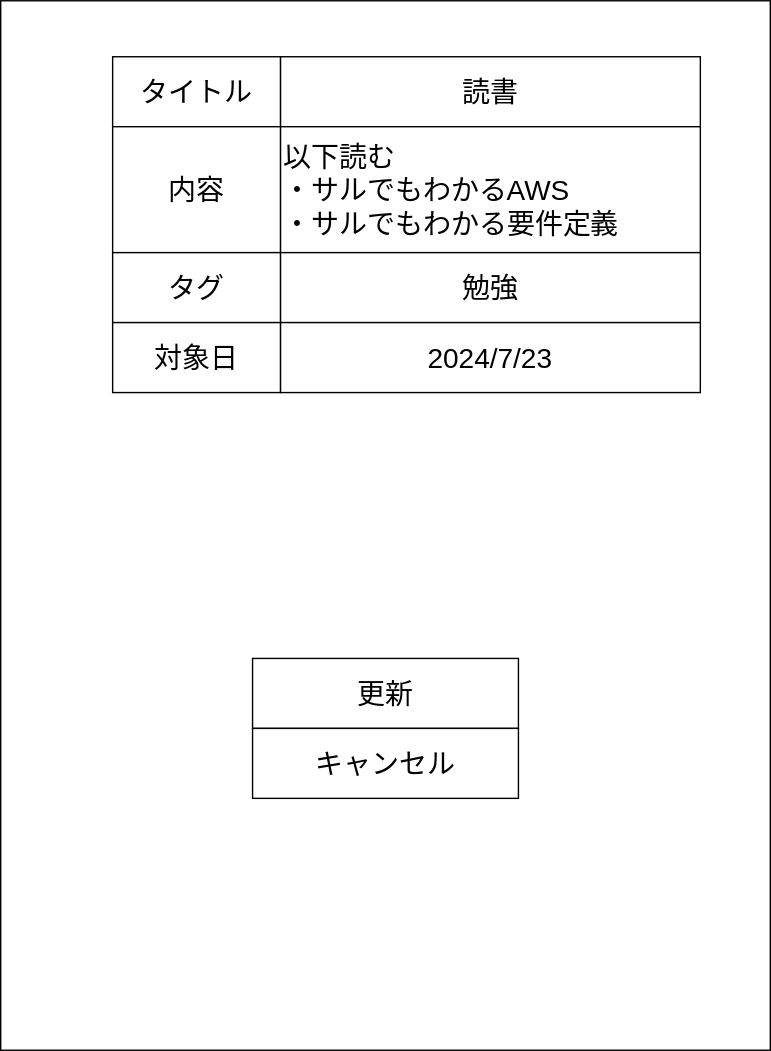
anti-paper/anti_paper_wf keeps this draw.io diagram as edit_task.drawio.svg. Above is the earlier version. Source tidied: cells renumbered, new cells last; positions are measured from the earlier drawing's top-left corner, leaving out a move shared by most shapes.
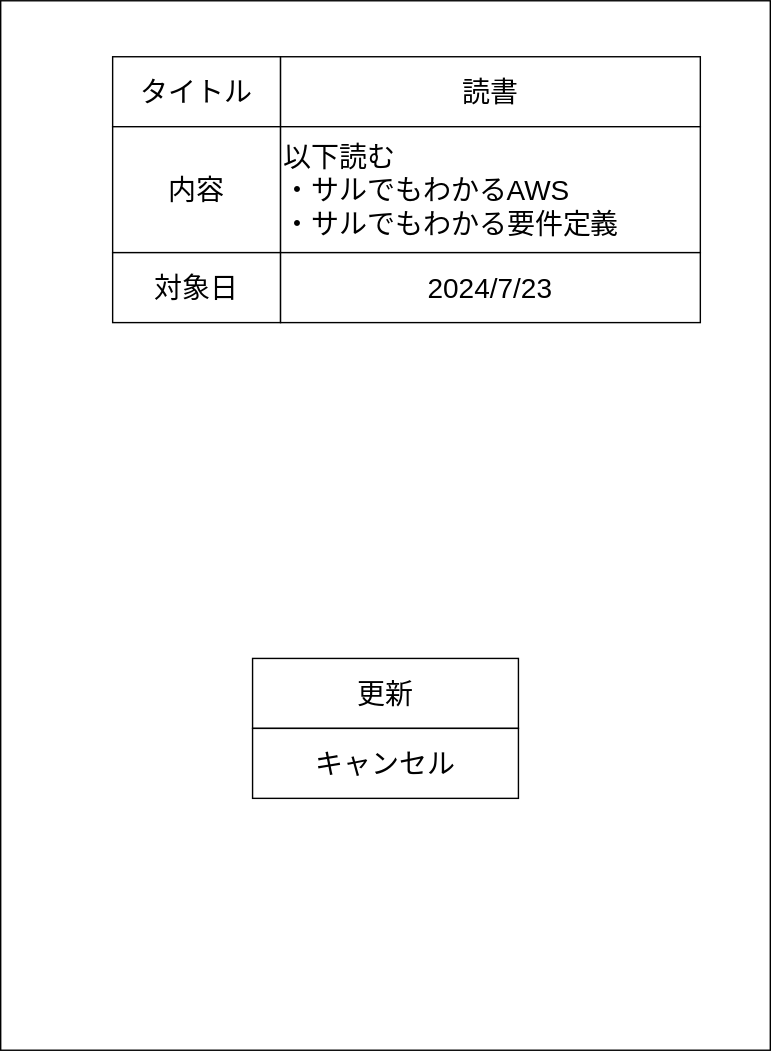
Later version of the same file.

Commit message:
タスク作成画面・タスク編集画面修正

The edit, as a diff of the source:
```diff
@@ -23,17 +23,11 @@
     <mxCell id="8" value="以下読む&lt;div&gt;・サルでもわかるAWS&lt;/div&gt;&lt;div&gt;・サルでもわかる要件定義&lt;/div&gt;" style="rounded=0;whiteSpace=wrap;html=1;fontSize=20;align=left;" parent="1" vertex="1">
       <mxGeometry x="200" y="90" width="300" height="90" as="geometry" />
     </mxCell>
-    <mxCell id="9" value="タグ" style="rounded=0;whiteSpace=wrap;html=1;fontSize=20;" parent="1" vertex="1">
-      <mxGeometry x="80" y="180" width="120" height="50" as="geometry" />
-    </mxCell>
-    <mxCell id="10" value="勉強" style="rounded=0;whiteSpace=wrap;html=1;fontSize=20;" parent="1" vertex="1">
-      <mxGeometry x="200" y="180" width="300" height="50" as="geometry" />
-    </mxCell>
     <mxCell id="11" value="対象日" style="rounded=0;whiteSpace=wrap;html=1;fontSize=20;" parent="1" vertex="1">
-      <mxGeometry x="80" y="230" width="120" height="50" as="geometry" />
+      <mxGeometry x="80" y="180" width="120" height="50" as="geometry" />
     </mxCell>
     <mxCell id="12" value="2024/7/23" style="rounded=0;whiteSpace=wrap;html=1;fontSize=20;" parent="1" vertex="1">
-      <mxGeometry x="200" y="230" width="300" height="50" as="geometry" />
+      <mxGeometry x="200" y="180" width="300" height="50" as="geometry" />
     </mxCell>
   </root>
 </mxGraphModel>
```
